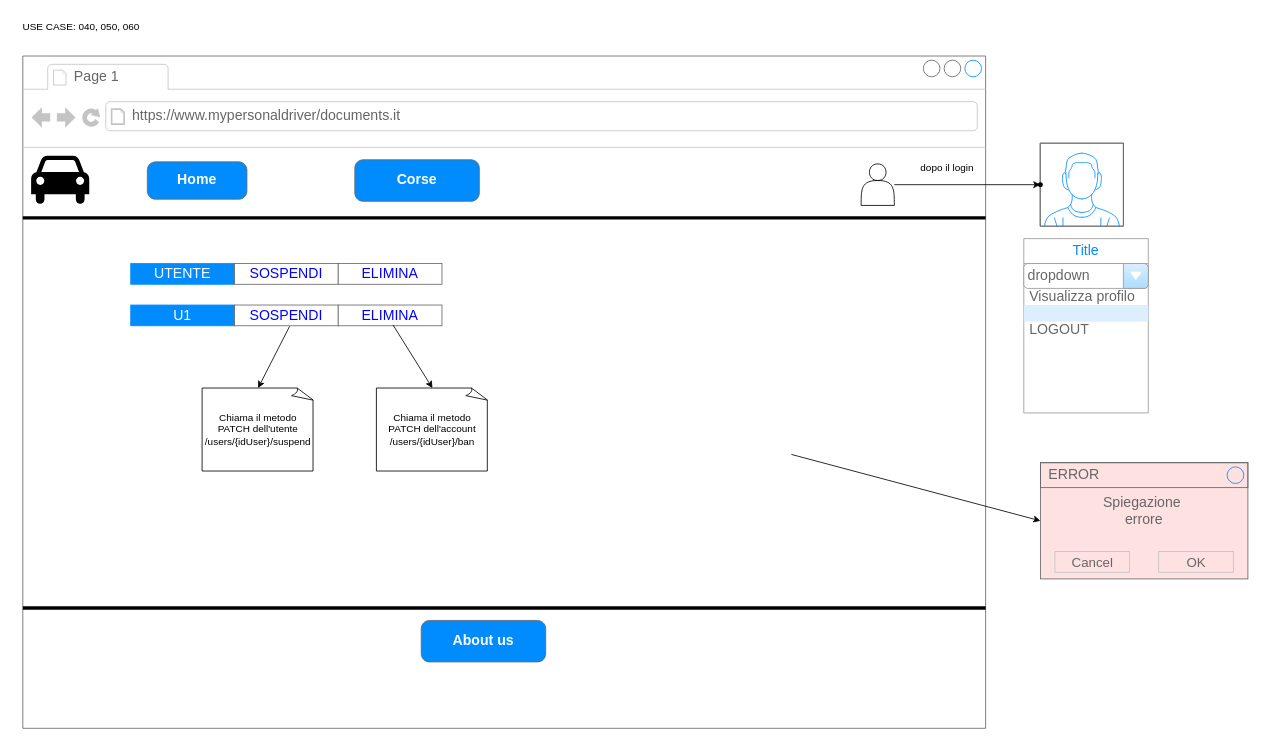
Before: Documentazione/sitoWeb/templateUtenti.drawio in alfacorso2024Settembre/MyPersonalDriver, a draw.io diagram. Source tidied: cells renumbered, new cells numbered last; positions are measured from the earlier drawing's top-left corner, leaving out a move shared by most shapes. Both pictures are drawn from the tidied source at 83%, with x=0, y=0 at pixel (14, 14).
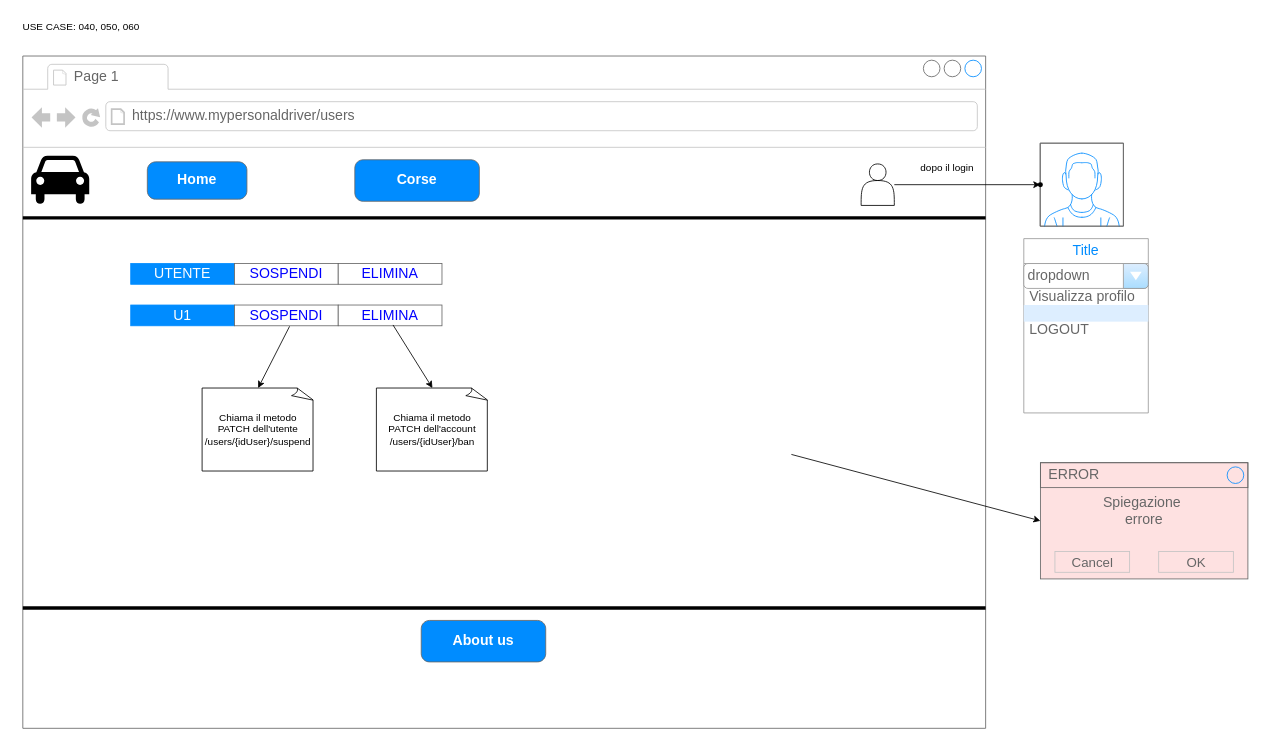
The same page after the edit.

Commit message (it also covers changes not shown here):
template adminusers e rides

Unchanged cells that the change refers to:
```xml
<mxCell id="2" style="strokeWidth=1;shadow=0;dashed=0;align=center;html=1;shape=mxgraph.mockup.containers.browserWindow;rSize=0;strokeColor=#666666;strokeColor2=#008cff;strokeColor3=#c4c4c4;mainText=,;" parent="1" vertex="1">
  <mxGeometry x="10" y="50" width="1160" height="810" as="geometry" />
</mxCell>
```

The edit, as a diff of the source:
```diff
@@
-    <mxCell id="4" value="https://www.mypersonaldriver/documents.it" style="strokeWidth=1;shadow=0;dashed=0;align=center;html=1;shape=mxgraph.mockup.containers.anchor;rSize=0;fontSize=17;fontColor=#666666;align=left;" parent="2" vertex="1">
+    <mxCell id="4" value="https://www.mypersonaldriver/users" style="strokeWidth=1;shadow=0;dashed=0;align=center;html=1;shape=mxgraph.mockup.containers.anchor;rSize=0;fontSize=17;fontColor=#666666;align=left;" parent="2" vertex="1">
       <mxGeometry x="130" y="60" width="250" height="26" as="geometry" />
     </mxCell>
```
